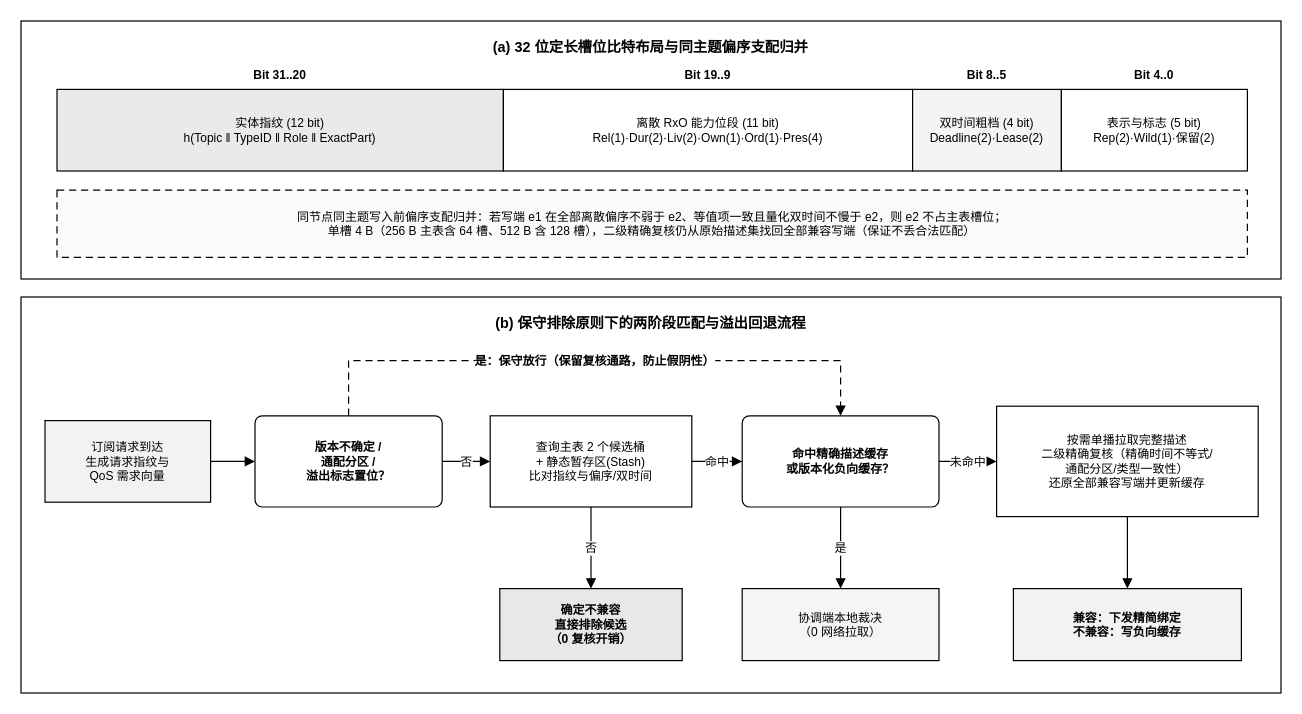
Before: page "图4_32位槽位与两阶段匹配" (4 of 6) of 开题初稿2.drawio in fansunjia-glitch/dds_control, a draw.io diagram. Source tidied: cells renumbered, new cells numbered last; positions are measured from the earlier drawing's top-left corner, leaving out a move shared by most shapes. Both pictures are drawn from the tidied source at 120%, with x=0, y=0 at pixel (20, 20).
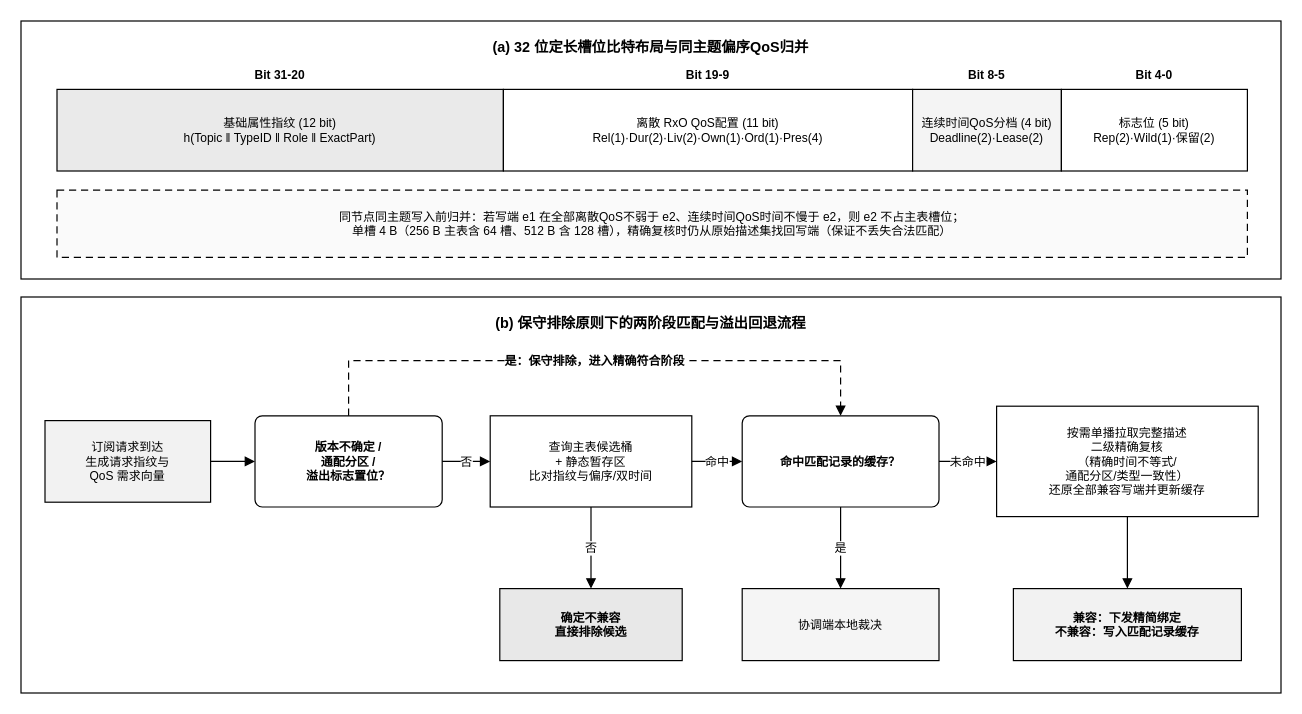
Above is the later version.

Diff of the diagram source:
```diff
@@
-    <mxCell id="2" value="(a) 32 位定长槽位比特布局与同主题偏序支配归并" style="rounded=0;whiteSpace=wrap;html=1;fillColor=#FFFFFF;strokeColor=#000000;fontColor=#000000;fontFamily=Microsoft YaHei;fontSize=12;fontStyle=1;verticalAlign=top;spacingTop=8;" parent="1" vertex="1">
+    <mxCell id="2" value="(a) 32 位定长槽位比特布局与同主题偏序QoS归并" style="rounded=0;whiteSpace=wrap;html=1;fillColor=#FFFFFF;strokeColor=#000000;fontColor=#000000;fontFamily=Microsoft YaHei;fontSize=12;fontStyle=1;verticalAlign=top;spacingTop=8;" parent="1" vertex="1">
       <mxGeometry width="1050" height="215" as="geometry" />
     </mxCell>
-    <mxCell id="3" value="Bit 31..20" style="text;html=1;whiteSpace=wrap;strokeColor=none;fillColor=none;align=center;verticalAlign=middle;fontColor=#000000;fontFamily=Microsoft YaHei;fontSize=10;fontStyle=1;" parent="1" vertex="1">
+    <mxCell id="3" value="Bit 31-20" style="text;html=1;whiteSpace=wrap;strokeColor=none;fillColor=none;align=center;verticalAlign=middle;fontColor=#000000;fontFamily=Microsoft YaHei;fontSize=10;fontStyle=1;" parent="1" vertex="1">
       <mxGeometry x="30" y="35" width="372" height="20" as="geometry" />
     </mxCell>
-    <mxCell id="4" value="实体指纹 (12 bit)&lt;br&gt;h(Topic ‖ TypeID ‖ Role ‖ ExactPart)" style="rounded=0;whiteSpace=wrap;html=1;fillColor=#EAEAEA;strokeColor=#000000;fontColor=#000000;fontFamily=Microsoft YaHei;fontSize=10;" parent="1" vertex="1">
+    <mxCell id="4" value="基础属性指纹 (12 bit)&lt;br&gt;h(Topic ‖ TypeID ‖ Role ‖ ExactPart)" style="rounded=0;whiteSpace=wrap;html=1;fillColor=#EAEAEA;strokeColor=#000000;fontColor=#000000;fontFamily=Microsoft YaHei;fontSize=10;" parent="1" vertex="1">
       <mxGeometry x="30" y="57" width="372" height="68" as="geometry" />
     </mxCell>
-    <mxCell id="5" value="Bit 19..9" style="text;html=1;whiteSpace=wrap;strokeColor=none;fillColor=none;align=center;verticalAlign=middle;fontColor=#000000;fontFamily=Microsoft YaHei;fontSize=10;fontStyle=1;" parent="1" vertex="1">
+    <mxCell id="5" value="Bit 19-9" style="text;html=1;whiteSpace=wrap;strokeColor=none;fillColor=none;align=center;verticalAlign=middle;fontColor=#000000;fontFamily=Microsoft YaHei;fontSize=10;fontStyle=1;" parent="1" vertex="1">
       <mxGeometry x="402" y="35" width="341" height="20" as="geometry" />
     </mxCell>
-    <mxCell id="6" value="离散 RxO 能力位段 (11 bit)&lt;br&gt;Rel(1)·Dur(2)·Liv(2)·Own(1)·Ord(1)·Pres(4)" style="rounded=0;whiteSpace=wrap;html=1;fillColor=#FFFFFF;strokeColor=#000000;fontColor=#000000;fontFamily=Microsoft YaHei;fontSize=10;" parent="1" vertex="1">
+    <mxCell id="6" value="离散 RxO QoS配置 (11 bit)&lt;br&gt;Rel(1)·Dur(2)·Liv(2)·Own(1)·Ord(1)·Pres(4)" style="rounded=0;whiteSpace=wrap;html=1;fillColor=#FFFFFF;strokeColor=#000000;fontColor=#000000;fontFamily=Microsoft YaHei;fontSize=10;" parent="1" vertex="1">
       <mxGeometry x="402" y="57" width="341" height="68" as="geometry" />
     </mxCell>
-    <mxCell id="7" value="Bit 8..5" style="text;html=1;whiteSpace=wrap;strokeColor=none;fillColor=none;align=center;verticalAlign=middle;fontColor=#000000;fontFamily=Microsoft YaHei;fontSize=10;fontStyle=1;" parent="1" vertex="1">
+    <mxCell id="7" value="Bit 8-5" style="text;html=1;whiteSpace=wrap;strokeColor=none;fillColor=none;align=center;verticalAlign=middle;fontColor=#000000;fontFamily=Microsoft YaHei;fontSize=10;fontStyle=1;" parent="1" vertex="1">
       <mxGeometry x="743" y="35" width="124" height="20" as="geometry" />
     </mxCell>
-    <mxCell id="8" value="双时间粗档 (4 bit)&lt;br&gt;Deadline(2)·Lease(2)" style="rounded=0;whiteSpace=wrap;html=1;fillColor=#F4F4F4;strokeColor=#000000;fontColor=#000000;fontFamily=Microsoft YaHei;fontSize=10;" parent="1" vertex="1">
+    <mxCell id="8" value="连续时间QoS分档 (4 bit)&lt;br&gt;Deadline(2)·Lease(2)" style="rounded=0;whiteSpace=wrap;html=1;fillColor=#F4F4F4;strokeColor=#000000;fontColor=#000000;fontFamily=Microsoft YaHei;fontSize=10;" parent="1" vertex="1">
       <mxGeometry x="743" y="57" width="124" height="68" as="geometry" />
     </mxCell>
-    <mxCell id="9" value="Bit 4..0" style="text;html=1;whiteSpace=wrap;strokeColor=none;fillColor=none;align=center;verticalAlign=middle;fontColor=#000000;fontFamily=Microsoft YaHei;fontSize=10;fontStyle=1;" parent="1" vertex="1">
+    <mxCell id="9" value="Bit 4-0" style="text;html=1;whiteSpace=wrap;strokeColor=none;fillColor=none;align=center;verticalAlign=middle;fontColor=#000000;fontFamily=Microsoft YaHei;fontSize=10;fontStyle=1;" parent="1" vertex="1">
       <mxGeometry x="867" y="35" width="155" height="20" as="geometry" />
     </mxCell>
-    <mxCell id="10" value="表示与标志 (5 bit)&lt;br&gt;Rep(2)·Wild(1)·保留(2)" style="rounded=0;whiteSpace=wrap;html=1;fillColor=#FFFFFF;strokeColor=#000000;fontColor=#000000;fontFamily=Microsoft YaHei;fontSize=10;" parent="1" vertex="1">
+    <mxCell id="10" value="标志位 (5 bit)&lt;br&gt;Rep(2)·Wild(1)·保留(2)" style="rounded=0;whiteSpace=wrap;html=1;fillColor=#FFFFFF;strokeColor=#000000;fontColor=#000000;fontFamily=Microsoft YaHei;fontSize=10;" parent="1" vertex="1">
       <mxGeometry x="867" y="57" width="155" height="68" as="geometry" />
     </mxCell>
-    <mxCell id="11" value="同节点同主题写入前偏序支配归并：若写端 e1 在全部离散偏序不弱于 e2、等值项一致且量化双时间不慢于 e2，则 e2 不占主表槽位；&lt;br&gt;单槽 4 B（256 B 主表含 64 槽、512 B 含 128 槽），二级精确复核仍从原始描述集找回全部兼容写端（保证不丢合法匹配）" style="rounded=0;whiteSpace=wrap;html=1;fillColor=#FAFAFA;strokeColor=#000000;fontColor=#000000;fontFamily=Microsoft YaHei;fontSize=10;dashed=1;dashPattern=6 4;" parent="1" vertex="1">
+    <mxCell id="11" value="同节点同主题写入前归并：若写端 e1 在全部离散QoS不弱于 e2、连续时间QoS时间不慢于 e2，则 e2 不占主表槽位；&lt;br&gt;单槽 4 B（256 B 主表含 64 槽、512 B 含 128 槽），精确复核时仍从原始描述集找回写端（保证不丢失合法匹配）" style="rounded=0;whiteSpace=wrap;html=1;fillColor=#FAFAFA;strokeColor=#000000;fontColor=#000000;fontFamily=Microsoft YaHei;fontSize=10;dashed=1;dashPattern=6 4;" parent="1" vertex="1">
       <mxGeometry x="30" y="141" width="992" height="56" as="geometry" />
     </mxCell>
@@
-    <mxCell id="15" value="查询主表 2 个候选桶&lt;br&gt;+ 静态暂存区(Stash)&lt;br&gt;比对指纹与偏序/双时间" style="rounded=0;whiteSpace=wrap;html=1;fillColor=#FFFFFF;strokeColor=#000000;fontColor=#000000;fontFamily=Microsoft YaHei;fontSize=10;" parent="1" vertex="1">
+    <mxCell id="15" value="查询主表候选桶&lt;br&gt;+ 静态暂存区&lt;br&gt;比对指纹与偏序/双时间" style="rounded=0;whiteSpace=wrap;html=1;fillColor=#FFFFFF;strokeColor=#000000;fontColor=#000000;fontFamily=Microsoft YaHei;fontSize=10;" parent="1" vertex="1">
       <mxGeometry x="391" y="329" width="168" height="76" as="geometry" />
     </mxCell>
-    <mxCell id="16" value="确定不兼容&lt;br&gt;直接排除候选&lt;br&gt;（0 复核开销）" style="rounded=0;whiteSpace=wrap;html=1;fillColor=#E8E8E8;strokeColor=#000000;fontColor=#000000;fontFamily=Microsoft YaHei;fontSize=10;fontStyle=1;" parent="1" vertex="1">
+    <mxCell id="16" value="确定不兼容&lt;br&gt;直接排除候选" style="rounded=0;whiteSpace=wrap;html=1;fillColor=#E8E8E8;strokeColor=#000000;fontColor=#000000;fontFamily=Microsoft YaHei;fontSize=10;fontStyle=1;" parent="1" vertex="1">
       <mxGeometry x="399" y="473" width="152" height="60" as="geometry" />
     </mxCell>
-    <mxCell id="17" value="命中精确描述缓存&lt;br&gt;或版本化负向缓存？" style="rounded=1;arcSize=8;whiteSpace=wrap;html=1;fillColor=#FFFFFF;strokeColor=#000000;fontColor=#000000;fontFamily=Microsoft YaHei;fontSize=10;fontStyle=1;" parent="1" vertex="1">
+    <mxCell id="17" value="命中匹配记录的缓存？" style="rounded=1;arcSize=8;whiteSpace=wrap;html=1;fillColor=#FFFFFF;strokeColor=#000000;fontColor=#000000;fontFamily=Microsoft YaHei;fontSize=10;fontStyle=1;" parent="1" vertex="1">
       <mxGeometry x="601" y="329" width="164" height="76" as="geometry" />
     </mxCell>
-    <mxCell id="18" value="协调端本地裁决&lt;br&gt;（0 网络拉取）" style="rounded=0;whiteSpace=wrap;html=1;fillColor=#F5F5F5;strokeColor=#000000;fontColor=#000000;fontFamily=Microsoft YaHei;fontSize=10;" parent="1" vertex="1">
+    <mxCell id="18" value="协调端本地裁决" style="rounded=0;whiteSpace=wrap;html=1;fillColor=#F5F5F5;strokeColor=#000000;fontColor=#000000;fontFamily=Microsoft YaHei;fontSize=10;" parent="1" vertex="1">
       <mxGeometry x="601" y="473" width="164" height="60" as="geometry" />
     </mxCell>
-    <mxCell id="19" value="按需单播拉取完整描述&lt;br&gt;二级精确复核（精确时间不等式/&lt;br&gt;通配分区/类型一致性）&lt;br&gt;还原全部兼容写端并更新缓存" style="rounded=0;whiteSpace=wrap;html=1;fillColor=#FFFFFF;strokeColor=#000000;fontColor=#000000;fontFamily=Microsoft YaHei;fontSize=10;" parent="1" vertex="1">
+    <mxCell id="19" value="按需单播拉取完整描述&lt;br&gt;二级精确复核&lt;div&gt;（精确时间不等式/&lt;br&gt;通配分区/类型一致性）&lt;br&gt;还原全部兼容写端并更新缓存&lt;/div&gt;" style="rounded=0;whiteSpace=wrap;html=1;fillColor=#FFFFFF;strokeColor=#000000;fontColor=#000000;fontFamily=Microsoft YaHei;fontSize=10;" parent="1" vertex="1">
       <mxGeometry x="813" y="321" width="218" height="92" as="geometry" />
     </mxCell>
-    <mxCell id="20" value="兼容：下发精简绑定&lt;br&gt;不兼容：写负向缓存" style="rounded=0;whiteSpace=wrap;html=1;fillColor=#F2F2F2;strokeColor=#000000;fontColor=#000000;fontFamily=Microsoft YaHei;fontSize=10;fontStyle=1;" parent="1" vertex="1">
+    <mxCell id="20" value="兼容：下发精简绑定&lt;br&gt;不兼容：写入匹配记录缓存" style="rounded=0;whiteSpace=wrap;html=1;fillColor=#F2F2F2;strokeColor=#000000;fontColor=#000000;fontFamily=Microsoft YaHei;fontSize=10;fontStyle=1;" parent="1" vertex="1">
       <mxGeometry x="827" y="473" width="190" height="60" as="geometry" />
     </mxCell>
@@
-    <mxCell id="23" value="是：保守放行（保留复核通路，防止假阴性）" style="edgeStyle=orthogonalEdgeStyle;rounded=0;html=1;strokeColor=#000000;fontColor=#000000;fontFamily=Microsoft YaHei;fontSize=10;dashed=1;dashPattern=6 4;endArrow=block;endFill=1;startArrow=none;fontStyle=1;labelBackgroundColor=#FFFFFF;" parent="1" edge="1">
+    <mxCell id="23" value="是：保守排除，进入精确符合阶段" style="edgeStyle=orthogonalEdgeStyle;rounded=0;html=1;strokeColor=#000000;fontColor=#000000;fontFamily=Microsoft YaHei;fontSize=10;dashed=1;dashPattern=6 4;endArrow=block;endFill=1;startArrow=none;fontStyle=1;labelBackgroundColor=#FFFFFF;" parent="1" edge="1">
       <mxGeometry relative="1" as="geometry">
         <mxPoint x="273" y="329" as="sourcePoint" />
         <mxPoint x="683" y="329" as="targetPoint" />
         <Array as="points">
           <mxPoint x="273" y="283" />
           <mxPoint x="683" y="283" />
         </Array>
       </mxGeometry>
     </mxCell>
```
